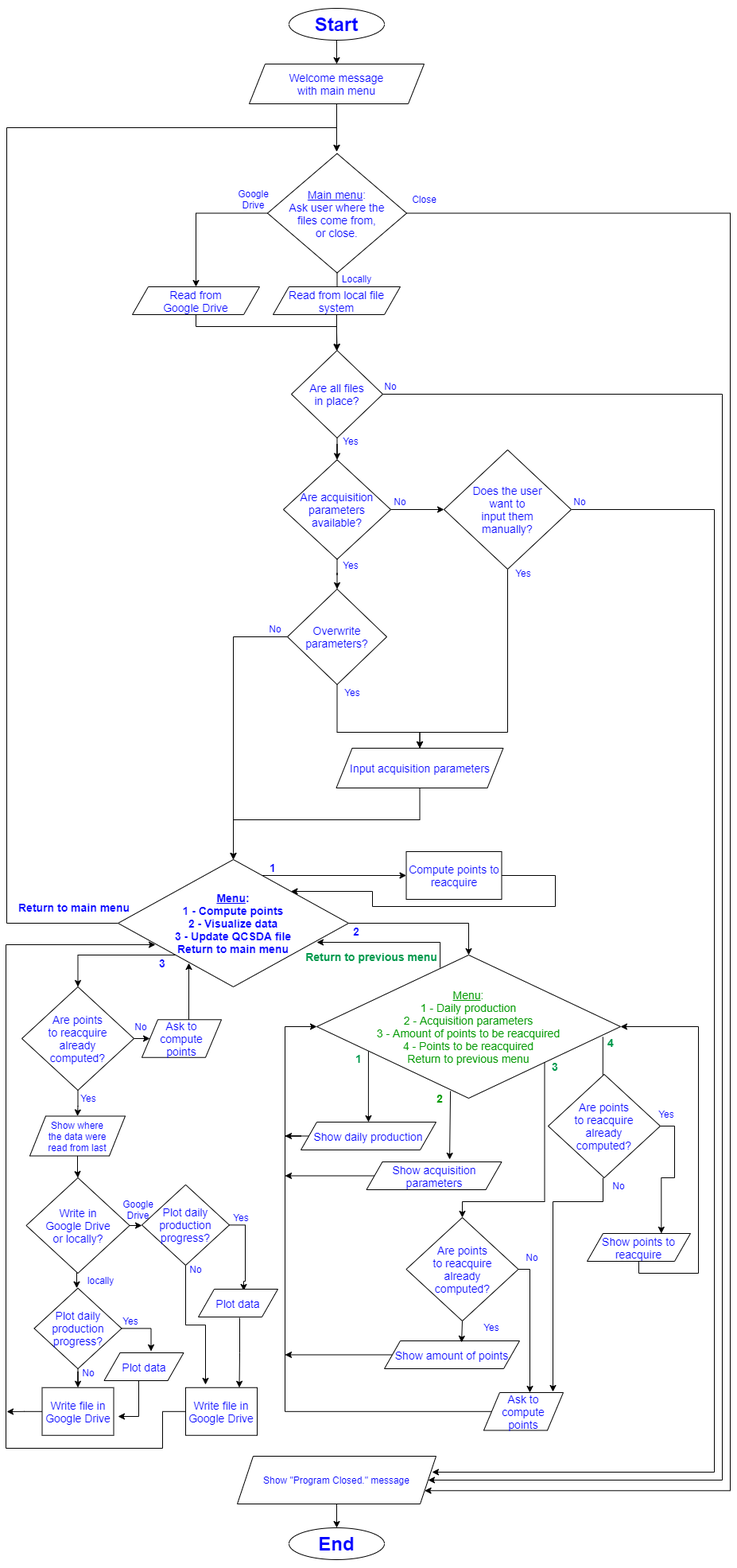
Before: docs/flowchart/PP3-CI-QCSDA.png, a diagram exported from draw.io (csc7/PP3_CI_QCSDA). Source tidied: cells renumbered, new cells last; positions are measured from the earlier drawing's top-left corner, leaving out a move shared by most shapes.
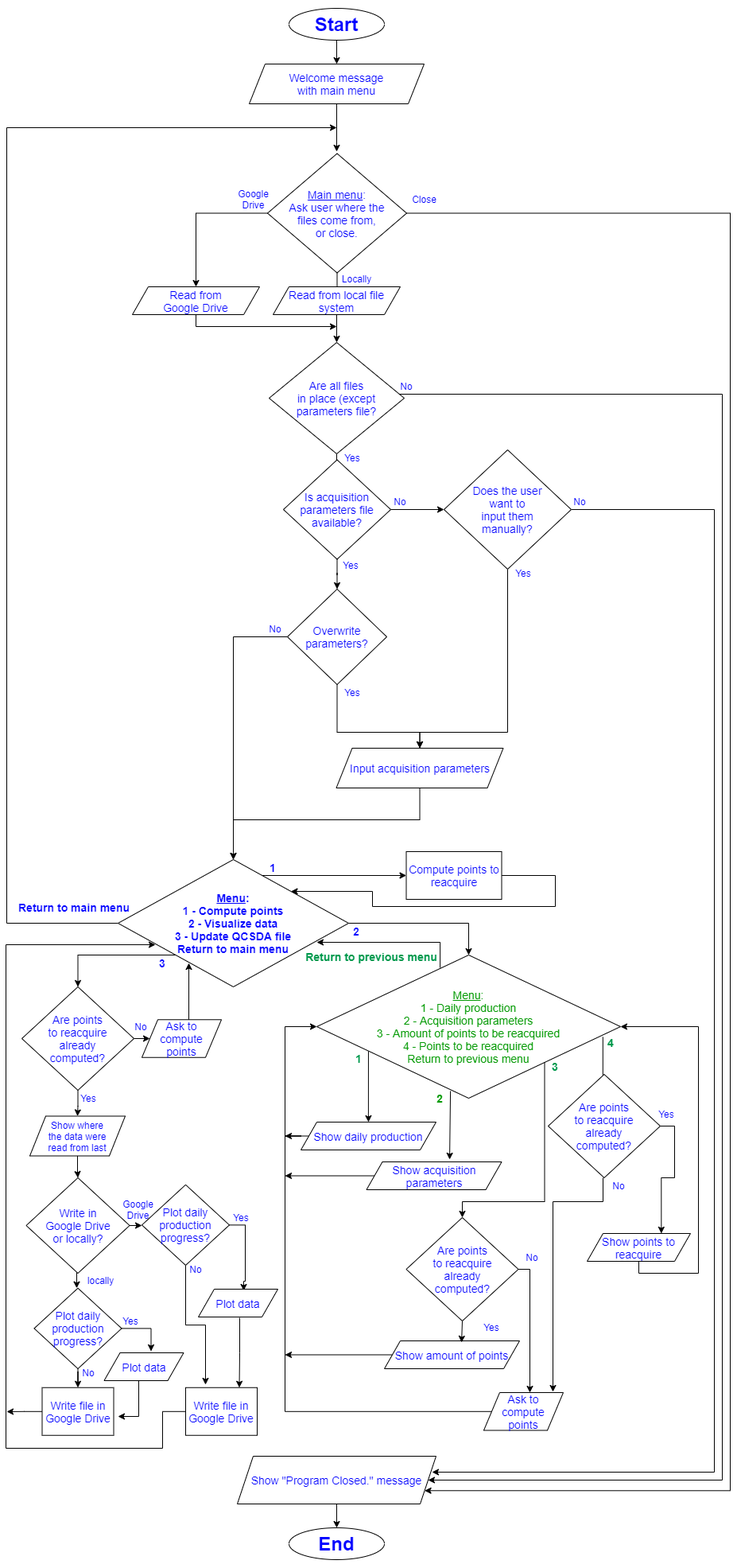
The same diagram one commit later.

Commit message:
Correct flowchart, indicating that a missing parameters file does not imply that the program stops

The edit, as a diff of the source:
```diff
@@ -34,9 +34,10 @@
     <mxCell id="10" value="Read from local file system" style="shape=parallelogram;perimeter=parallelogramPerimeter;whiteSpace=wrap;html=1;fixedSize=1;labelBackgroundColor=none;fontColor=#0000FF;fontSize=14;" parent="1" vertex="1">
       <mxGeometry x="336" y="350" width="160" height="35" as="geometry" />
     </mxCell>
-    <mxCell id="11" style="edgeStyle=orthogonalEdgeStyle;rounded=0;jettySize=auto;html=1;fontSize=14;fontColor=#009900;" parent="1" edge="1" target="17">
+    <mxCell id="11" style="edgeStyle=orthogonalEdgeStyle;rounded=0;orthogonalLoop=1;jettySize=auto;html=1;fontSize=14;fontColor=#009900;" parent="1" edge="1">
       <mxGeometry relative="1" as="geometry">
         <mxPoint x="239" y="385" as="sourcePoint" />
+        <mxPoint x="416" y="400" as="targetPoint" />
         <Array as="points">
           <mxPoint x="239" y="400" />
           <mxPoint x="416" y="400" />
@@ -66,8 +67,8 @@
     <mxCell id="16" style="edgeStyle=orthogonalEdgeStyle;rounded=0;jettySize=auto;html=1;fontSize=14;fontColor=#009900;" parent="1" edge="1" source="17" target="21">
       <mxGeometry relative="1" as="geometry" />
     </mxCell>
-    <mxCell id="17" value="Are all files&lt;br&gt;in place?" style="rhombus;whiteSpace=wrap;html=1;labelBackgroundColor=none;fontColor=#0000FF;fontSize=14;" parent="1" vertex="1">
-      <mxGeometry x="359" y="430" width="115" height="110" as="geometry" />
+    <mxCell id="17" value="Are all files&lt;br&gt;in place (except parameters file?" style="rhombus;whiteSpace=wrap;html=1;labelBackgroundColor=none;fontColor=#0000FF;fontSize=14;" parent="1" vertex="1">
+      <mxGeometry x="331" y="420" width="170" height="140" as="geometry" />
     </mxCell>
     <mxCell id="18" style="edgeStyle=orthogonalEdgeStyle;rounded=0;jettySize=auto;html=1;fontColor=#0000FF;" parent="1" edge="1" source="21" target="27">
       <mxGeometry relative="1" as="geometry" />
@@ -83,13 +84,13 @@
     <mxCell id="20" style="edgeStyle=orthogonalEdgeStyle;rounded=0;jettySize=auto;html=1;fontSize=14;fontColor=#009900;" parent="1" edge="1" source="21" target="86">
       <mxGeometry relative="1" as="geometry" />
     </mxCell>
-    <mxCell id="21" value="Are acquisition&lt;br style=&quot;font-size: 14px&quot;&gt;parameters&lt;br&gt;available?" style="rhombus;whiteSpace=wrap;html=1;labelBackgroundColor=none;fontColor=#0000FF;fontSize=14;" parent="1" vertex="1">
+    <mxCell id="21" value="Is acquisition&lt;br style=&quot;font-size: 14px&quot;&gt;parameters file&lt;br&gt;available?" style="rhombus;whiteSpace=wrap;html=1;labelBackgroundColor=none;fontColor=#0000FF;fontSize=14;" parent="1" vertex="1">
       <mxGeometry x="349" y="567.5" width="135" height="125" as="geometry" />
     </mxCell>
     <mxCell id="22" style="edgeStyle=orthogonalEdgeStyle;rounded=0;jettySize=auto;html=1;fontColor=#0000FF;" parent="1" edge="1" source="23" target="4">
       <mxGeometry relative="1" as="geometry" />
     </mxCell>
-    <mxCell id="23" value="Show &quot;Program Closed.&quot; message" style="shape=parallelogram;perimeter=parallelogramPerimeter;whiteSpace=wrap;html=1;fixedSize=1;labelBackgroundColor=none;fontColor=#0000FF;" parent="1" vertex="1">
+    <mxCell id="23" value="Show &quot;Program Closed.&quot; message" style="shape=parallelogram;perimeter=parallelogramPerimeter;whiteSpace=wrap;html=1;fixedSize=1;labelBackgroundColor=none;fontColor=#0000FF;fontSize=14;" parent="1" vertex="1">
       <mxGeometry x="291" y="1820" width="250" height="60" as="geometry" />
     </mxCell>
     <mxCell id="24" style="edgeStyle=orthogonalEdgeStyle;rounded=0;orthogonalLoop=1;jettySize=auto;html=1;exitX=0.5;exitY=1;exitDx=0;exitDy=0;fontColor=#0000FF;" parent="1" edge="1" source="4" target="4">
@@ -147,7 +148,7 @@
     </mxCell>
     <mxCell id="35" style="edgeStyle=orthogonalEdgeStyle;rounded=0;jettySize=auto;html=1;fontSize=14;fontColor=#0000FF;" parent="1" edge="1" source="39">
       <mxGeometry relative="1" as="geometry">
-        <mxPoint x="416" y="180" as="targetPoint" />
+        <mxPoint x="416" y="150" as="targetPoint" />
         <Array as="points">
           <mxPoint x="1" y="1150" />
           <mxPoint x="1" y="150" />
@@ -343,10 +344,10 @@
       <mxGeometry x="177" y="1190" width="40" height="20" as="geometry" />
     </mxCell>
     <mxCell id="84" value="No" style="text;html=1;strokeColor=none;fillColor=none;align=center;verticalAlign=middle;whiteSpace=wrap;rounded=0;labelBackgroundColor=none;fontColor=#0000FF;" parent="1" vertex="1">
-      <mxGeometry x="463.5" y="465" width="40" height="20" as="geometry" />
+      <mxGeometry x="484" y="465" width="40" height="20" as="geometry" />
     </mxCell>
     <mxCell id="85" value="Yes" style="text;html=1;strokeColor=none;fillColor=none;align=center;verticalAlign=middle;whiteSpace=wrap;rounded=0;labelBackgroundColor=none;fontColor=#0000FF;" parent="1" vertex="1">
-      <mxGeometry x="413.5" y="534" width="40" height="20" as="geometry" />
+      <mxGeometry x="415.5" y="555" width="40" height="20" as="geometry" />
     </mxCell>
     <mxCell id="86" value="Overwrite&lt;br&gt;parameters?" style="rhombus;whiteSpace=wrap;html=1;labelBackgroundColor=none;fontColor=#0000FF;fontSize=14;" parent="1" vertex="1">
       <mxGeometry x="354" y="730" width="125" height="120" as="geometry" />
```
